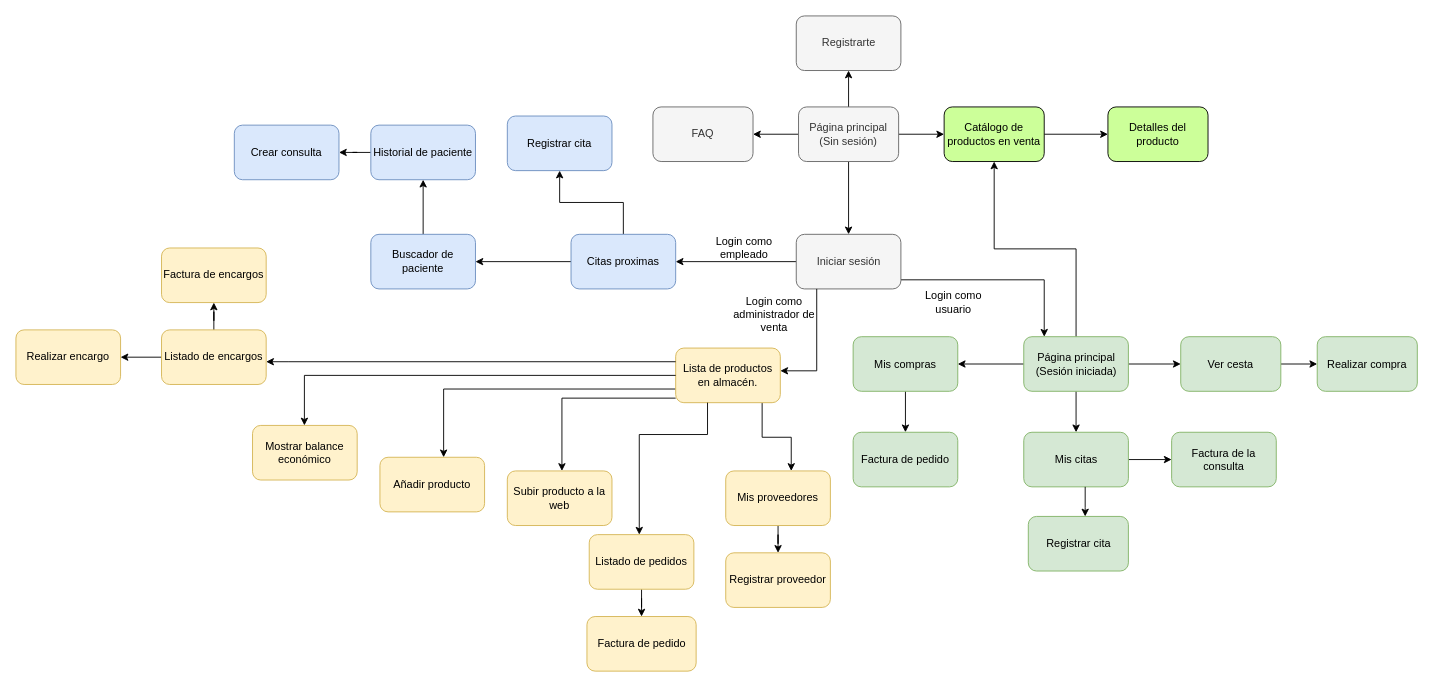
Earlier version of the draw.io diagram Recursos/Diagrama de navegación.drawio (Jesusjbs/clinicaDental-ir). Source tidied: cells renumbered, new cells numbered last; positions are measured from the earlier drawing's top-left corner, leaving out a move shared by most shapes. Both pictures are drawn from the tidied source at 91%, with x=0, y=0 at pixel (15, 15).
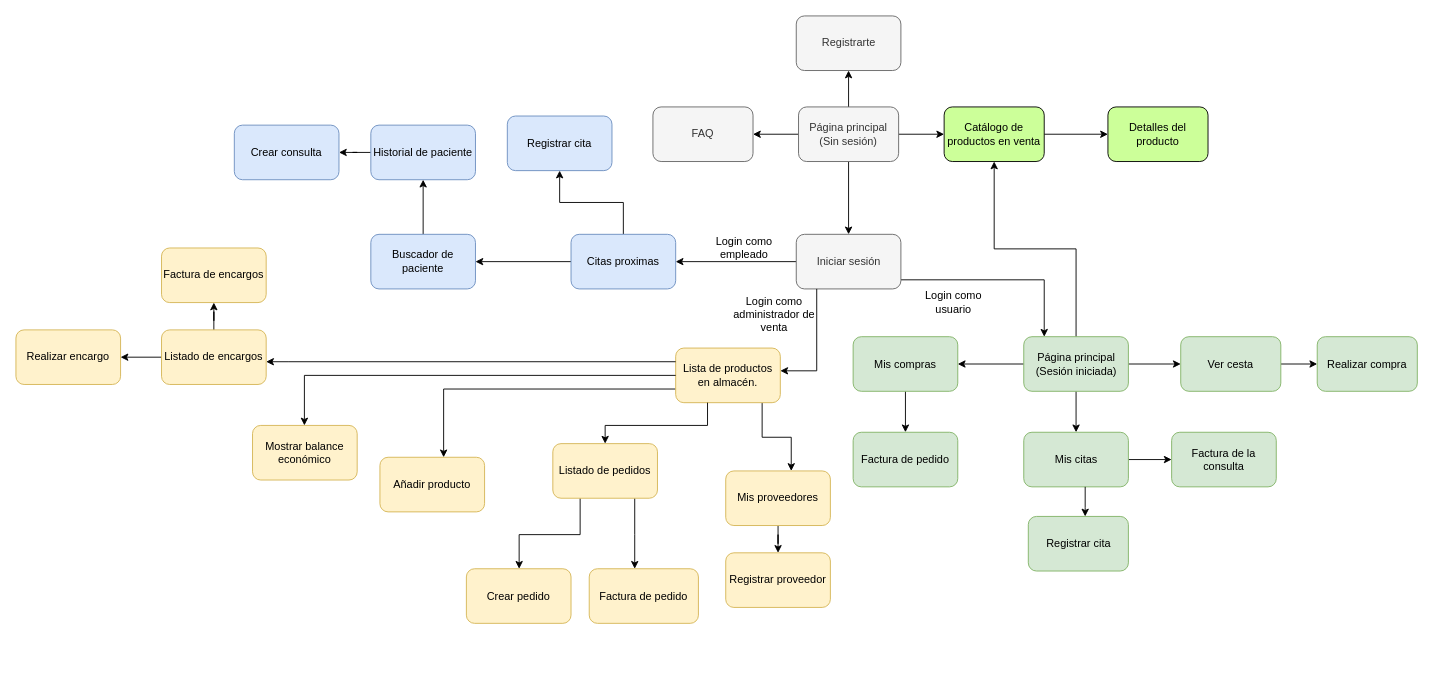
The same page after the edit.

Unchanged cells that the change refers to:
```xml
<mxCell id="34" value="Lista de productos&lt;br&gt;en almacén." style="whiteSpace=wrap;html=1;rounded=1;fillColor=#fff2cc;strokeColor=#d6b656;" parent="1" vertex="1">
  <mxGeometry x="725" y="365" width="115" height="60" as="geometry" />
</mxCell>
```

Change to the diagram source:
```diff
@@
-    <mxCell id="32" style="edgeStyle=orthogonalEdgeStyle;rounded=0;jettySize=auto;html=1;" parent="1" edge="1" source="34" target="35">
-      <mxGeometry relative="1" as="geometry">
-        <Array as="points">
-          <mxPoint x="600" y="420" />
-        </Array>
-      </mxGeometry>
-    </mxCell>
@@
-    <mxCell id="35" value="Subir producto a la web" style="whiteSpace=wrap;html=1;rounded=1;fillColor=#fff2cc;strokeColor=#d6b656;" parent="1" vertex="1">
-      <mxGeometry x="540" y="500" width="115" height="60" as="geometry" />
-    </mxCell>
@@
     <mxCell id="48" style="edgeStyle=orthogonalEdgeStyle;rounded=0;jettySize=auto;html=1;" parent="1" edge="1" source="49" target="61">
-      <mxGeometry relative="1" as="geometry" />
+      <mxGeometry relative="1" as="geometry">
+        <Array as="points">
+          <mxPoint x="680" y="570" />
+          <mxPoint x="680" y="570" />
+        </Array>
+      </mxGeometry>
     </mxCell>
+    <mxCell id="65" style="edgeStyle=orthogonalEdgeStyle;rounded=0;jettySize=auto;html=1;" parent="1" edge="1" source="49" target="66">
+      <mxGeometry relative="1" as="geometry">
+        <Array as="points">
+          <mxPoint x="620" y="570" />
+          <mxPoint x="553" y="570" />
+        </Array>
+      </mxGeometry>
+    </mxCell>
     <mxCell id="49" value="Listado de pedidos" style="whiteSpace=wrap;html=1;rounded=1;fillColor=#fff2cc;strokeColor=#d6b656;" parent="1" vertex="1">
-      <mxGeometry x="630" y="570" width="115" height="60" as="geometry" />
+      <mxGeometry x="590" y="470" width="115" height="60" as="geometry" />
     </mxCell>
@@
     <mxCell id="61" value="Factura de pedido" style="whiteSpace=wrap;html=1;rounded=1;fillColor=#fff2cc;strokeColor=#d6b656;" parent="1" vertex="1">
-      <mxGeometry x="627.5" y="660" width="120" height="60" as="geometry" />
+      <mxGeometry x="630" y="607.5" width="120" height="60" as="geometry" />
     </mxCell>
-    <mxCell id="62" style="edgeStyle=orthogonalEdgeStyle;rounded=0;jettySize=auto;html=1;" parent="1" edge="1" source="34" target="49">
+    <mxCell id="62" style="edgeStyle=orthogonalEdgeStyle;rounded=0;jettySize=auto;html=1;entryX=0.5;entryY=0;entryDx=0;entryDy=0;" parent="1" edge="1" source="34" target="49">
       <mxGeometry relative="1" as="geometry">
         <Array as="points">
-          <mxPoint x="760" y="460" />
-          <mxPoint x="685" y="460" />
+          <mxPoint x="760" y="450" />
+          <mxPoint x="648" y="450" />
         </Array>
       </mxGeometry>
     </mxCell>
@@
+    <mxCell id="66" value="Crear pedido" style="whiteSpace=wrap;html=1;rounded=1;fillColor=#fff2cc;strokeColor=#d6b656;" parent="1" vertex="1">
+      <mxGeometry x="495" y="607.5" width="115" height="60" as="geometry" />
+    </mxCell>
```
